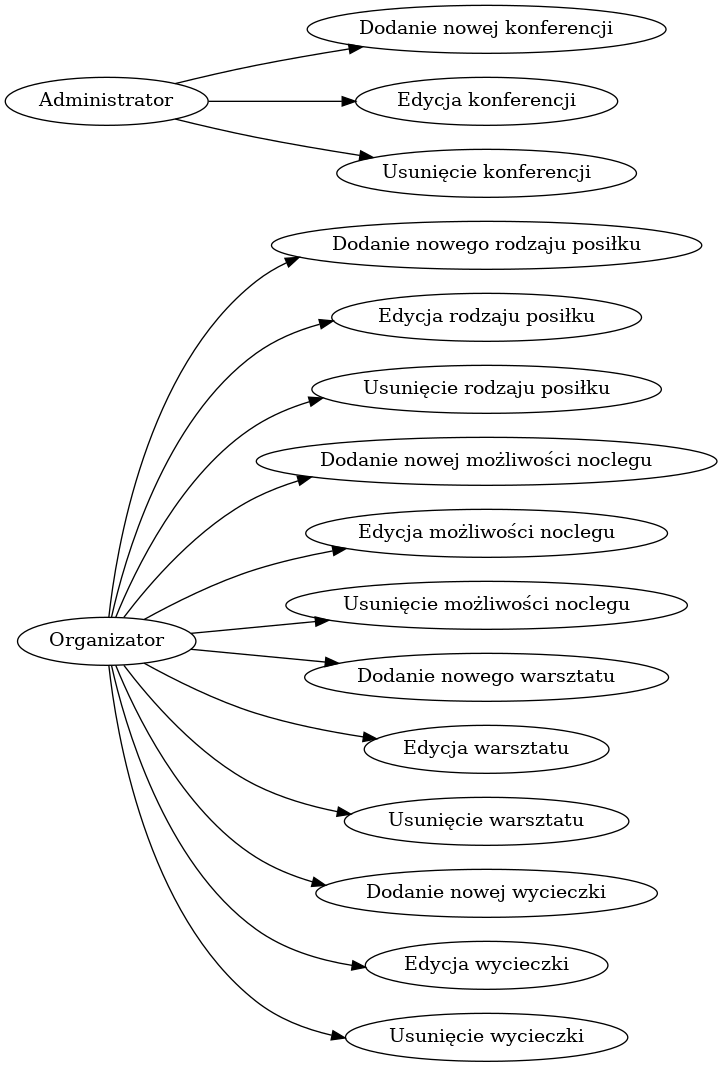
Before: przypadki.png, a diagram exported from Graphviz (zyla/iop_konferencja). Its source is kept beside it as przypadki.dot.
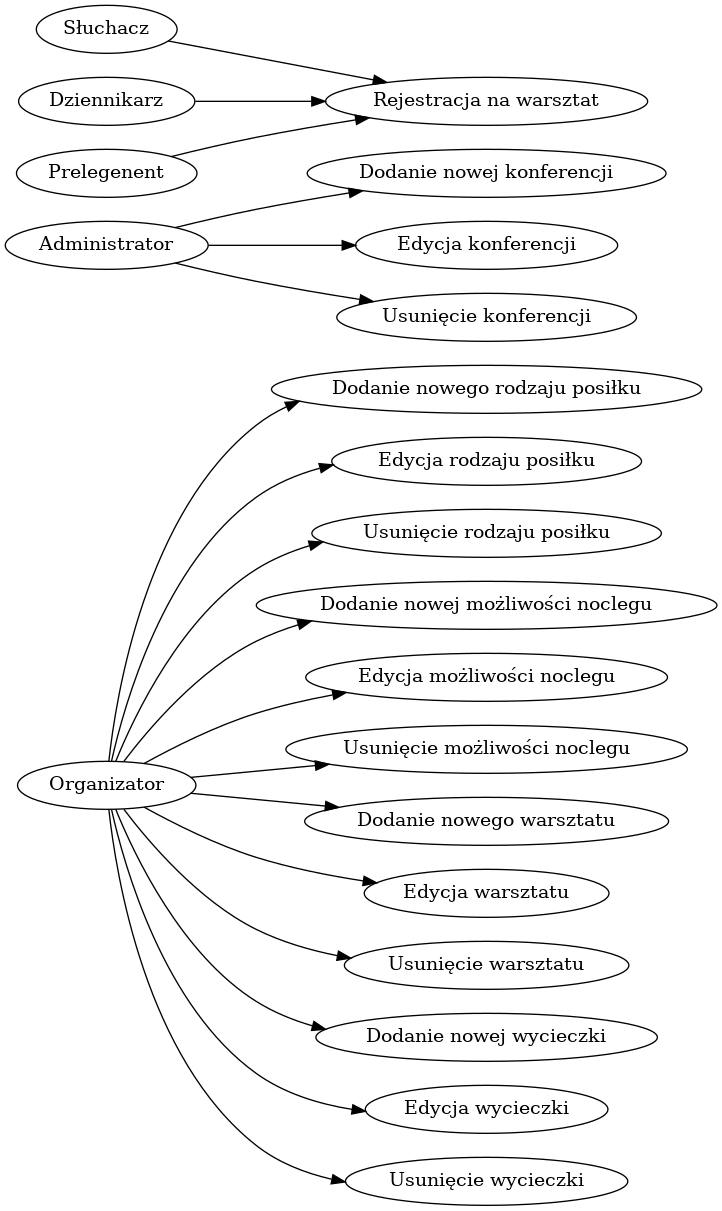
Above is the later version.

What changed in the source:
```diff
@@ -13,4 +13,7 @@
 "Administrator" -> "Dodanie nowej konferencji"
 "Administrator" -> "Edycja konferencji"
 "Administrator" -> "Usunięcie konferencji"
+"Słuchacz" -> "Rejestracja na warsztat"
+"Dziennikarz" -> "Rejestracja na warsztat"
+"Prelegenent" -> "Rejestracja na warsztat"
  }
```
